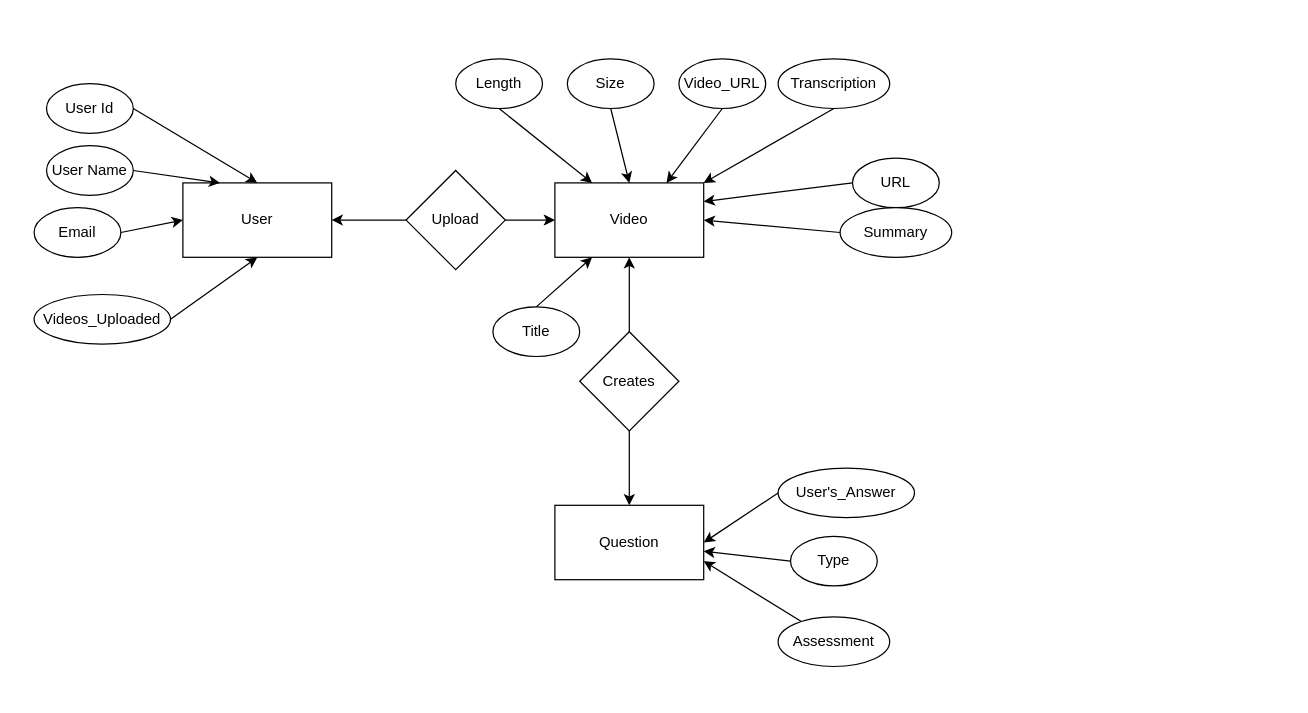
Before: watch.drawio in adeelfeb/temp, a draw.io diagram. Source tidied: cells renumbered, new cells numbered last; positions are measured from the earlier drawing's top-left corner, leaving out a move shared by most shapes. Both pictures are drawn from the tidied source at 124%, with x=0, y=0 at pixel (33, 58).
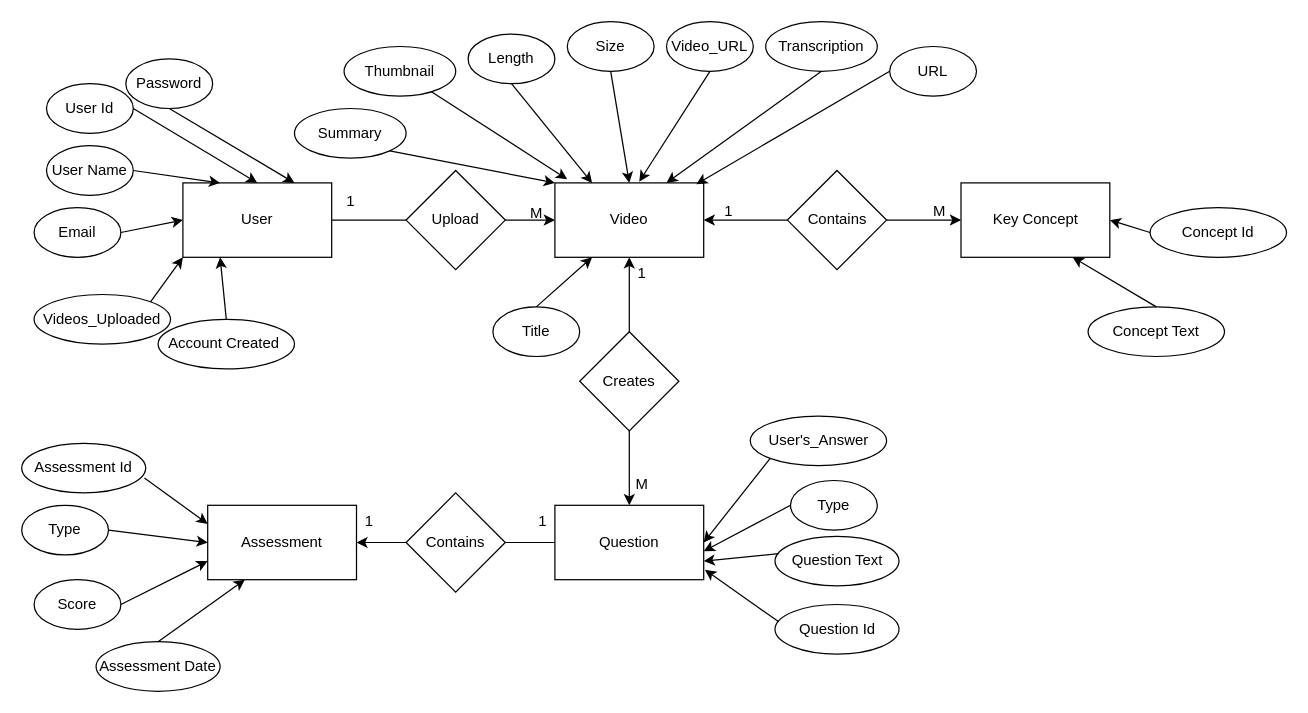
Above is the later version.

The change refers to these unchanged cells:
```xml
<mxCell id="2" value="User" style="rounded=0;whiteSpace=wrap;html=1;" parent="1" vertex="1">
  <mxGeometry x="120" y="100" width="120" height="60" as="geometry" />
</mxCell>
<mxCell id="3" value="Videos_Uploaded" style="ellipse;whiteSpace=wrap;html=1;" parent="1" vertex="1">
  <mxGeometry y="190" width="110" height="40" as="geometry" />
</mxCell>
<mxCell id="11" value="Upload" style="rhombus;whiteSpace=wrap;html=1;" parent="1" vertex="1">
  <mxGeometry x="300" y="90" width="80" height="80" as="geometry" />
</mxCell>
<mxCell id="12" value="Video" style="rounded=0;whiteSpace=wrap;html=1;" parent="1" vertex="1">
  <mxGeometry x="420" y="100" width="120" height="60" as="geometry" />
</mxCell>
<mxCell id="30" value="Question" style="rounded=0;whiteSpace=wrap;html=1;" parent="1" vertex="1">
  <mxGeometry x="420" y="360" width="120" height="60" as="geometry" />
</mxCell>
```

The edit, as a diff of the source:
```diff
@@
-    <mxCell id="7" style="endArrow=classic;html=1;rounded=0;exitX=1;exitY=0.5;exitDx=0;exitDy=0;entryX=0.5;entryY=1;entryDx=0;entryDy=0;" parent="1" edge="1" source="3" target="2">
+    <mxCell id="7" style="endArrow=classic;html=1;rounded=0;exitX=1;exitY=0;exitDx=0;exitDy=0;entryX=0;entryY=1;entryDx=0;entryDy=0;" parent="1" edge="1" source="3" target="2">
       <mxGeometry relative="1" as="geometry" />
     </mxCell>
@@
-    <mxCell id="14" style="endArrow=classic;html=1;rounded=0;exitX=0;exitY=0.5;exitDx=0;exitDy=0;entryX=1;entryY=0.5;entryDx=0;entryDy=0;" parent="1" edge="1" source="11" target="2">
-      <mxGeometry relative="1" as="geometry" />
-    </mxCell>
     <mxCell id="15" value="Length" style="ellipse;whiteSpace=wrap;html=1;" parent="1" vertex="1">
-      <mxGeometry x="340" width="70" height="40" as="geometry" />
+      <mxGeometry x="350" y="-20" width="70" height="40" as="geometry" />
     </mxCell>
@@
     <mxCell id="17" value="Video_URL" style="ellipse;whiteSpace=wrap;html=1;" parent="1" vertex="1">
-      <mxGeometry x="520" width="70" height="40" as="geometry" />
+      <mxGeometry x="510" y="-30" width="70" height="40" as="geometry" />
     </mxCell>
     <mxCell id="18" value="Size" style="ellipse;whiteSpace=wrap;html=1;" parent="1" vertex="1">
-      <mxGeometry x="430" width="70" height="40" as="geometry" />
+      <mxGeometry x="430" y="-30" width="70" height="40" as="geometry" />
     </mxCell>
@@
-    <mxCell id="21" style="endArrow=classic;html=1;rounded=0;entryX=0.75;entryY=0;entryDx=0;entryDy=0;exitX=0.5;exitY=1;exitDx=0;exitDy=0;" parent="1" edge="1" source="17" target="12">
+    <mxCell id="21" style="endArrow=classic;html=1;rounded=0;entryX=0.567;entryY=-0.017;entryDx=0;entryDy=0;exitX=0.5;exitY=1;exitDx=0;exitDy=0;entryPerimeter=0;" parent="1" edge="1" source="17" target="12">
       <mxGeometry relative="1" as="geometry" />
     </mxCell>
@@
     <mxCell id="25" value="URL" style="ellipse;whiteSpace=wrap;html=1;" parent="1" vertex="1">
-      <mxGeometry x="660" y="80" width="70" height="40" as="geometry" />
+      <mxGeometry x="690" y="-10" width="70" height="40" as="geometry" />
     </mxCell>
     <mxCell id="26" value="Transcription" style="ellipse;whiteSpace=wrap;html=1;" parent="1" vertex="1">
-      <mxGeometry x="600" width="90" height="40" as="geometry" />
+      <mxGeometry x="590" y="-30" width="90" height="40" as="geometry" />
     </mxCell>
-    <mxCell id="27" style="endArrow=classic;html=1;rounded=0;entryX=1;entryY=0.25;entryDx=0;entryDy=0;exitX=0;exitY=0.5;exitDx=0;exitDy=0;" parent="1" edge="1" source="25" target="12">
+    <mxCell id="27" style="endArrow=classic;html=1;rounded=0;entryX=0.95;entryY=0.017;entryDx=0;entryDy=0;exitX=0;exitY=0.5;exitDx=0;exitDy=0;entryPerimeter=0;" parent="1" edge="1" source="25" target="12">
       <mxGeometry relative="1" as="geometry" />
     </mxCell>
-    <mxCell id="28" style="endArrow=classic;html=1;rounded=0;entryX=1;entryY=0;entryDx=0;entryDy=0;exitX=0.5;exitY=1;exitDx=0;exitDy=0;" parent="1" edge="1" source="26" target="12">
+    <mxCell id="28" style="endArrow=classic;html=1;rounded=0;entryX=0.75;entryY=0;entryDx=0;entryDy=0;exitX=0.5;exitY=1;exitDx=0;exitDy=0;" parent="1" edge="1" source="26" target="12">
       <mxGeometry relative="1" as="geometry" />
     </mxCell>
@@
     <mxCell id="31" value="User's_Answer" style="ellipse;whiteSpace=wrap;html=1;" parent="1" vertex="1">
-      <mxGeometry x="600" y="330" width="110" height="40" as="geometry" />
+      <mxGeometry x="577.5" y="288" width="110" height="40" as="geometry" />
     </mxCell>
     <mxCell id="32" value="Type" style="ellipse;whiteSpace=wrap;html=1;" parent="1" vertex="1">
-      <mxGeometry x="610" y="385" width="70" height="40" as="geometry" />
+      <mxGeometry x="610" y="340" width="70" height="40" as="geometry" />
     </mxCell>
-    <mxCell id="33" style="endArrow=classic;html=1;rounded=0;entryX=1;entryY=0.5;entryDx=0;entryDy=0;exitX=0;exitY=0.5;exitDx=0;exitDy=0;" parent="1" edge="1" source="31" target="30">
+    <mxCell id="33" style="endArrow=classic;html=1;rounded=0;entryX=1;entryY=0.5;entryDx=0;entryDy=0;exitX=0;exitY=1;exitDx=0;exitDy=0;" parent="1" edge="1" source="31" target="30">
       <mxGeometry relative="1" as="geometry" />
     </mxCell>
@@
     <mxCell id="35" value="Summary" style="ellipse;whiteSpace=wrap;html=1;" parent="1" vertex="1">
-      <mxGeometry x="650" y="120" width="90" height="40" as="geometry" />
+      <mxGeometry x="210" y="40" width="90" height="40" as="geometry" />
     </mxCell>
-    <mxCell id="36" style="endArrow=classic;html=1;rounded=0;entryX=1;entryY=0.5;entryDx=0;entryDy=0;exitX=0;exitY=0.5;exitDx=0;exitDy=0;" parent="1" edge="1" source="35" target="12">
+    <mxCell id="36" style="endArrow=classic;html=1;rounded=0;entryX=0;entryY=0;entryDx=0;entryDy=0;exitX=1;exitY=1;exitDx=0;exitDy=0;" parent="1" edge="1" source="35" target="12">
       <mxGeometry relative="1" as="geometry" />
     </mxCell>
+    <mxCell id="39" value="Thumbnail" style="ellipse;whiteSpace=wrap;html=1;" parent="1" vertex="1">
+      <mxGeometry x="250" y="-10" width="90" height="40" as="geometry" />
+    </mxCell>
+    <mxCell id="40" style="endArrow=classic;html=1;rounded=0;entryX=0.083;entryY=-0.05;entryDx=0;entryDy=0;entryPerimeter=0;" parent="1" edge="1" source="39" target="12">
+      <mxGeometry relative="1" as="geometry" />
+    </mxCell>
-    <mxCell id="37" value="Assessment" style="ellipse;whiteSpace=wrap;html=1;" parent="1" vertex="1">
-      <mxGeometry x="600" y="450" width="90" height="40" as="geometry" />
+    <mxCell id="37" value="Assessment" style="rounded=0;whiteSpace=wrap;html=1;" parent="1" vertex="1">
+      <mxGeometry x="140" y="360" width="120" height="60" as="geometry" />
     </mxCell>
-    <mxCell id="38" style="endArrow=classic;html=1;rounded=0;entryX=1;entryY=0.75;entryDx=0;entryDy=0;" parent="1" edge="1" source="37" target="30">
-      <mxGeometry relative="1" as="geometry" />
-    </mxCell>
+    <mxCell id="41" value="Contains" style="rhombus;whiteSpace=wrap;html=1;" parent="1" vertex="1">
+      <mxGeometry x="300" y="350" width="80" height="80" as="geometry" />
+    </mxCell>
+    <mxCell id="42" style="endArrow=classic;html=1;rounded=0;exitX=0;exitY=0.5;exitDx=0;exitDy=0;entryX=1;entryY=0.5;entryDx=0;entryDy=0;" parent="1" edge="1" source="41" target="37">
+      <mxGeometry relative="1" as="geometry" />
+    </mxCell>
+    <mxCell id="43" value="Type" style="ellipse;whiteSpace=wrap;html=1;" parent="1" vertex="1">
+      <mxGeometry x="-10" y="360" width="70" height="40" as="geometry" />
+    </mxCell>
+    <mxCell id="44" style="endArrow=classic;html=1;rounded=0;entryX=0;entryY=0.5;entryDx=0;entryDy=0;exitX=1;exitY=0.5;exitDx=0;exitDy=0;" parent="1" edge="1" source="43" target="37">
+      <mxGeometry relative="1" as="geometry" />
+    </mxCell>
+    <mxCell id="45" style="edgeStyle=orthogonalEdgeStyle;rounded=0;jettySize=auto;html=1;entryX=0;entryY=0.5;entryDx=0;entryDy=0;" parent="1" edge="1" source="46" target="48">
+      <mxGeometry relative="1" as="geometry" />
+    </mxCell>
+    <mxCell id="46" value="Contains" style="rhombus;whiteSpace=wrap;html=1;" parent="1" vertex="1">
+      <mxGeometry x="607.5" y="90" width="80" height="80" as="geometry" />
+    </mxCell>
+    <mxCell id="47" style="endArrow=classic;html=1;rounded=0;exitX=0;exitY=0.5;exitDx=0;exitDy=0;entryX=1;entryY=0.5;entryDx=0;entryDy=0;" parent="1" edge="1" source="46" target="12">
+      <mxGeometry relative="1" as="geometry" />
+    </mxCell>
+    <mxCell id="48" value="Key Concept" style="whiteSpace=wrap;html=1;" parent="1" vertex="1">
+      <mxGeometry x="747.5" y="100" width="120" height="60" as="geometry" />
+    </mxCell>
+    <mxCell id="49" value="1" style="text;html=1;align=center;verticalAlign=middle;strokeColor=none;fillColor=none;" parent="1" vertex="1">
+      <mxGeometry x="240" y="100" width="30" height="30" as="geometry" />
+    </mxCell>
+    <mxCell id="50" value="M" style="text;html=1;align=center;verticalAlign=middle;strokeColor=none;fillColor=none;" parent="1" vertex="1">
+      <mxGeometry x="390" y="110" width="30" height="30" as="geometry" />
+    </mxCell>
+    <mxCell id="51" style="endArrow=none;html=1;rounded=0;exitX=1;exitY=0.5;exitDx=0;exitDy=0;entryX=0;entryY=0.5;entryDx=0;entryDy=0;" parent="1" edge="1" source="2" target="11">
+      <mxGeometry relative="1" as="geometry" />
+    </mxCell>
+    <mxCell id="52" value="1" style="text;html=1;align=center;verticalAlign=middle;strokeColor=none;fillColor=none;" parent="1" vertex="1">
+      <mxGeometry x="545" y="108" width="30" height="30" as="geometry" />
+    </mxCell>
+    <mxCell id="53" value="M" style="text;html=1;align=center;verticalAlign=middle;strokeColor=none;fillColor=none;" parent="1" vertex="1">
+      <mxGeometry x="715" y="108" width="30" height="30" as="geometry" />
+    </mxCell>
+    <mxCell id="54" value="M" style="text;html=1;align=center;verticalAlign=middle;strokeColor=none;fillColor=none;" parent="1" vertex="1">
+      <mxGeometry x="475" y="328" width="30" height="30" as="geometry" />
+    </mxCell>
+    <mxCell id="55" value="1" style="text;html=1;align=center;verticalAlign=middle;strokeColor=none;fillColor=none;" parent="1" vertex="1">
+      <mxGeometry x="475" y="158" width="30" height="30" as="geometry" />
+    </mxCell>
+    <mxCell id="56" value="Score" style="ellipse;whiteSpace=wrap;html=1;" parent="1" vertex="1">
+      <mxGeometry y="420" width="70" height="40" as="geometry" />
+    </mxCell>
+    <mxCell id="57" style="endArrow=classic;html=1;rounded=0;entryX=0;entryY=0.75;entryDx=0;entryDy=0;exitX=1;exitY=0.5;exitDx=0;exitDy=0;" parent="1" edge="1" source="56" target="37">
+      <mxGeometry relative="1" as="geometry" />
+    </mxCell>
+    <mxCell id="58" value="1" style="text;html=1;align=center;verticalAlign=middle;strokeColor=none;fillColor=none;" parent="1" vertex="1">
+      <mxGeometry x="395" y="358" width="30" height="30" as="geometry" />
+    </mxCell>
+    <mxCell id="59" value="1" style="text;html=1;align=center;verticalAlign=middle;strokeColor=none;fillColor=none;" parent="1" vertex="1">
+      <mxGeometry x="255" y="358" width="30" height="30" as="geometry" />
+    </mxCell>
+    <mxCell id="60" style="endArrow=none;html=1;rounded=0;exitX=1;exitY=0.5;exitDx=0;exitDy=0;entryX=0;entryY=0.5;entryDx=0;entryDy=0;" parent="1" edge="1" source="41" target="30">
+      <mxGeometry relative="1" as="geometry" />
+    </mxCell>
+    <mxCell id="61" value="Assessment Id" style="ellipse;whiteSpace=wrap;html=1;" parent="1" vertex="1">
+      <mxGeometry x="-10" y="310" width="100" height="40" as="geometry" />
+    </mxCell>
+    <mxCell id="62" style="endArrow=classic;html=1;rounded=0;entryX=0;entryY=0.25;entryDx=0;entryDy=0;exitX=0.99;exitY=0.7;exitDx=0;exitDy=0;exitPerimeter=0;" parent="1" edge="1" source="61" target="37">
+      <mxGeometry relative="1" as="geometry" />
+    </mxCell>
+    <mxCell id="63" value="Question Id" style="ellipse;whiteSpace=wrap;html=1;" parent="1" vertex="1">
+      <mxGeometry x="597.5" y="440" width="100" height="40" as="geometry" />
+    </mxCell>
+    <mxCell id="64" style="endArrow=classic;html=1;rounded=0;entryX=1.008;entryY=0.867;entryDx=0;entryDy=0;entryPerimeter=0;exitX=0.03;exitY=0.35;exitDx=0;exitDy=0;exitPerimeter=0;" parent="1" edge="1" source="63" target="30">
+      <mxGeometry relative="1" as="geometry" />
+    </mxCell>
+    <mxCell id="65" value="Question Text" style="ellipse;whiteSpace=wrap;html=1;" parent="1" vertex="1">
+      <mxGeometry x="597.5" y="385" width="100" height="40" as="geometry" />
+    </mxCell>
+    <mxCell id="66" style="endArrow=classic;html=1;rounded=0;entryX=1;entryY=0.75;entryDx=0;entryDy=0;exitX=0.03;exitY=0.35;exitDx=0;exitDy=0;exitPerimeter=0;" parent="1" edge="1" source="65" target="30">
+      <mxGeometry relative="1" as="geometry" />
+    </mxCell>
+    <mxCell id="67" value="Concept Text" style="ellipse;whiteSpace=wrap;html=1;" parent="1" vertex="1">
+      <mxGeometry x="850" y="200" width="110" height="40" as="geometry" />
+    </mxCell>
+    <mxCell id="68" value="Concept Id" style="ellipse;whiteSpace=wrap;html=1;" parent="1" vertex="1">
+      <mxGeometry x="900" y="120" width="110" height="40" as="geometry" />
+    </mxCell>
+    <mxCell id="69" style="endArrow=classic;html=1;rounded=0;entryX=0.75;entryY=1;entryDx=0;entryDy=0;exitX=0.5;exitY=0;exitDx=0;exitDy=0;" parent="1" edge="1" source="67" target="48">
+      <mxGeometry relative="1" as="geometry" />
+    </mxCell>
+    <mxCell id="70" style="endArrow=classic;html=1;rounded=0;entryX=1;entryY=0.5;entryDx=0;entryDy=0;exitX=0;exitY=0.5;exitDx=0;exitDy=0;" parent="1" edge="1" source="68" target="48">
+      <mxGeometry relative="1" as="geometry" />
+    </mxCell>
+    <mxCell id="71" value="Password" style="ellipse;whiteSpace=wrap;html=1;" parent="1" vertex="1">
+      <mxGeometry x="74" width="70" height="40" as="geometry" />
+    </mxCell>
+    <mxCell id="72" style="endArrow=classic;html=1;rounded=0;exitX=0.5;exitY=1;exitDx=0;exitDy=0;entryX=0.75;entryY=0;entryDx=0;entryDy=0;" parent="1" edge="1" source="71" target="2">
+      <mxGeometry relative="1" as="geometry" />
+    </mxCell>
+    <mxCell id="73" value="Account Created&amp;nbsp;" style="ellipse;whiteSpace=wrap;html=1;" parent="1" vertex="1">
+      <mxGeometry x="100" y="210" width="110" height="40" as="geometry" />
+    </mxCell>
+    <mxCell id="74" style="endArrow=classic;html=1;rounded=0;exitX=0.5;exitY=0;exitDx=0;exitDy=0;entryX=0.25;entryY=1;entryDx=0;entryDy=0;" parent="1" edge="1" source="73" target="2">
+      <mxGeometry relative="1" as="geometry" />
+    </mxCell>
+    <mxCell id="75" value="Assessment Date" style="ellipse;whiteSpace=wrap;html=1;" parent="1" vertex="1">
+      <mxGeometry x="50" y="470" width="100" height="40" as="geometry" />
+    </mxCell>
+    <mxCell id="76" style="endArrow=classic;html=1;rounded=0;entryX=0.25;entryY=1;entryDx=0;entryDy=0;exitX=0.5;exitY=0;exitDx=0;exitDy=0;" parent="1" edge="1" source="75" target="37">
+      <mxGeometry relative="1" as="geometry" />
+    </mxCell>
```
